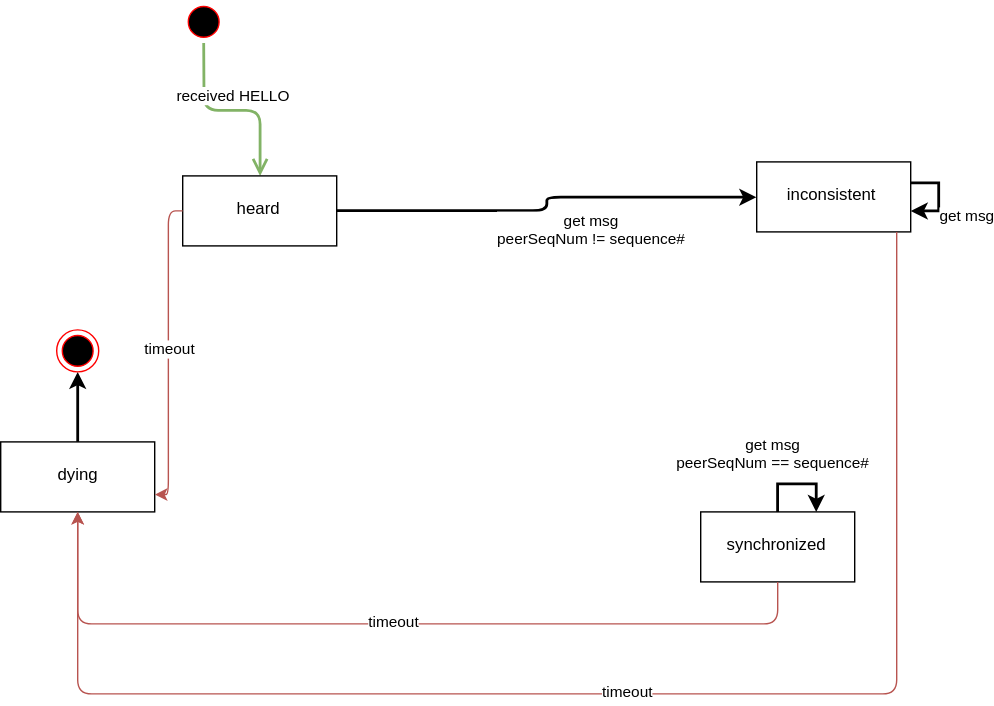
Earlier version of the draw.io export State Peer.svg (Arpafaucon/INF-peerdiscovery). Source tidied: cells renumbered, new cells last; positions are measured from the earlier drawing's top-left corner, leaving out a move shared by most shapes. Its diagram source:
```xml
<mxGraphModel background="#ffffff">
  <root>
    <mxCell id="0" />
    <mxCell id="1" parent="0" />
    <mxCell id="2" style="ellipse;html=1;shape=startState;fillColor=#000000;strokeColor=#ff0000;" parent="1" vertex="1">
      <mxGeometry x="130" width="30" height="30" as="geometry" />
    </mxCell>
    <mxCell id="3" value="received HELLO" style="edgeStyle=orthogonalEdgeStyle;html=1;verticalAlign=bottom;endArrow=open;endSize=8;strokeColor=#82b366;fillColor=#d5e8d4;strokeWidth=2;" parent="1" edge="1" source="2" target="4">
      <mxGeometry relative="1" as="geometry">
        <Array as="points">
          <mxPoint x="145" y="78" />
        </Array>
      </mxGeometry>
    </mxCell>
    <mxCell id="4" value="heard" style="html=1;" parent="1" vertex="1">
      <mxGeometry x="130" y="125" width="110" height="50" as="geometry" />
    </mxCell>
    <mxCell id="5" value="inconsistent" style="html=1;" parent="1" vertex="1">
      <mxGeometry x="540" y="115" width="110" height="50" as="geometry" />
    </mxCell>
    <mxCell id="6" value="synchronized" style="html=1;" parent="1" vertex="1">
      <mxGeometry x="500" y="365" width="110" height="50" as="geometry" />
    </mxCell>
    <mxCell id="7" style="edgeStyle=orthogonalEdgeStyle;rounded=0;html=1;jettySize=auto;strokeWidth=2;" parent="1" edge="1" source="8" target="15">
      <mxGeometry relative="1" as="geometry" />
    </mxCell>
    <mxCell id="8" value="dying" style="html=1;" parent="1" vertex="1">
      <mxGeometry y="315" width="110" height="50" as="geometry" />
    </mxCell>
    <mxCell id="9" value="timeout" style="edgeStyle=elbowEdgeStyle;elbow=horizontal;endArrow=classic;html=1;entryX=1;entryY=0.75;fillColor=#f8cecc;strokeColor=#b85450;" parent="1" edge="1" source="4" target="8">
      <mxGeometry relative="1" as="geometry" />
    </mxCell>
    <mxCell id="10" value="get msg&lt;br&gt;peerSeqNum != sequence#" style="edgeStyle=elbowEdgeStyle;elbow=horizontal;endArrow=classic;html=1;exitX=1;exitY=0.5;entryX=0;entryY=0.5;strokeWidth=2;" parent="1" edge="1" source="4" target="5">
      <mxGeometry x="0.23" y="-25" relative="1" as="geometry" />
    </mxCell>
    <mxCell id="11" value="timeout" style="edgeStyle=elbowEdgeStyle;elbow=horizontal;endArrow=classic;html=1;fillColor=#f8cecc;strokeColor=#b85450;" parent="1" edge="1" source="6" target="8">
      <mxGeometry relative="1" as="geometry">
        <Array as="points">
          <mxPoint x="320" y="445" />
        </Array>
      </mxGeometry>
    </mxCell>
    <mxCell id="12" value="timeout" style="edgeStyle=elbowEdgeStyle;elbow=horizontal;endArrow=classic;html=1;fillColor=#f8cecc;strokeColor=#b85450;" parent="1" edge="1" source="5" target="8">
      <mxGeometry relative="1" as="geometry">
        <Array as="points">
          <mxPoint x="640" y="495" />
          <mxPoint x="595" y="495" />
          <mxPoint x="570" y="465" />
          <mxPoint x="700" y="505" />
        </Array>
      </mxGeometry>
    </mxCell>
    <mxCell id="13" value="get msg&lt;br&gt;peerSeqNum == sequence#" style="edgeStyle=orthogonalEdgeStyle;rounded=0;html=1;jettySize=auto;orthogonalLoop=1;entryX=0.75;entryY=0;strokeWidth=2;" parent="1" edge="1" source="6" target="6">
      <mxGeometry x="-0.41" y="21" relative="1" as="geometry">
        <Array as="points">
          <mxPoint x="555" y="345" />
          <mxPoint x="583" y="345" />
        </Array>
        <mxPoint x="-5" y="1" as="offset" />
      </mxGeometry>
    </mxCell>
    <mxCell id="14" value="get msg" style="edgeStyle=orthogonalEdgeStyle;rounded=0;html=1;jettySize=auto;orthogonalLoop=1;strokeWidth=2;" parent="1" edge="1" source="5" target="5">
      <mxGeometry x="0.33" y="21" relative="1" as="geometry">
        <mxPoint x="20" y="-16" as="offset" />
      </mxGeometry>
    </mxCell>
    <mxCell id="15" style="ellipse;html=1;shape=endState;fillColor=#000000;strokeColor=#ff0000;" parent="1" vertex="1">
      <mxGeometry x="40" y="235" width="30" height="30" as="geometry" />
    </mxCell>
  </root>
</mxGraphModel>
```
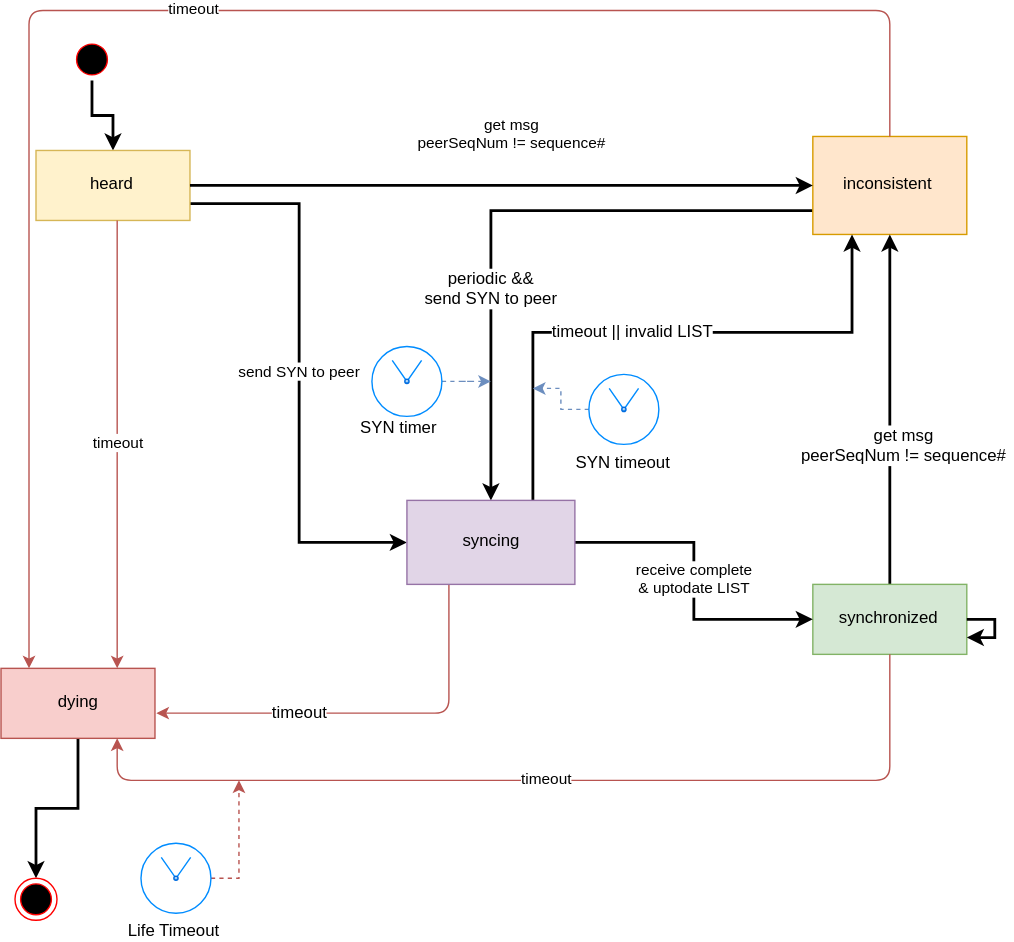
The same file after the commit.

The edit, as a diff of the source:
```diff
@@ -2,38 +2,60 @@
   <root>
     <mxCell id="0" />
     <mxCell id="1" parent="0" />
+    <mxCell id="3" style="edgeStyle=orthogonalEdgeStyle;rounded=0;html=1;entryX=0.5;entryY=0;jettySize=auto;strokeWidth=2;" parent="1" edge="1" source="2" target="4">
+      <mxGeometry relative="1" as="geometry" />
+    </mxCell>
     <mxCell id="2" style="ellipse;html=1;shape=startState;fillColor=#000000;strokeColor=#ff0000;" parent="1" vertex="1">
-      <mxGeometry x="130" width="30" height="30" as="geometry" />
+      <mxGeometry x="40" y="-85" width="30" height="30" as="geometry" />
     </mxCell>
-    <mxCell id="3" value="received HELLO" style="edgeStyle=orthogonalEdgeStyle;html=1;verticalAlign=bottom;endArrow=open;endSize=8;strokeColor=#82b366;fillColor=#d5e8d4;strokeWidth=2;" parent="1" edge="1" source="2" target="4">
-      <mxGeometry relative="1" as="geometry">
-        <Array as="points">
-          <mxPoint x="145" y="78" />
-        </Array>
-      </mxGeometry>
-    </mxCell>
+    <mxCell id="16" value="send SYN to peer" style="edgeStyle=orthogonalEdgeStyle;rounded=0;html=1;entryX=0;entryY=0.5;jettySize=auto;strokeWidth=2;exitX=1;exitY=0.75;" parent="1" edge="1" source="4" target="26">
+      <mxGeometry relative="1" as="geometry">
+        <Array as="points">
+          <mxPoint x="203" y="33" />
+          <mxPoint x="203" y="275" />
+        </Array>
+      </mxGeometry>
+    </mxCell>
-    <mxCell id="4" value="heard" style="html=1;" parent="1" vertex="1">
-      <mxGeometry x="130" y="125" width="110" height="50" as="geometry" />
+    <mxCell id="4" value="heard" style="html=1;fillColor=#fff2cc;strokeColor=#d6b656;" parent="1" vertex="1">
+      <mxGeometry x="15" y="-5" width="110" height="50" as="geometry" />
     </mxCell>
+    <mxCell id="17" style="edgeStyle=orthogonalEdgeStyle;rounded=0;html=1;jettySize=auto;strokeWidth=2;exitX=0;exitY=0.75;" parent="1" edge="1" source="5" target="26">
+      <mxGeometry relative="1" as="geometry">
+        <Array as="points">
+          <mxPoint x="340" y="38" />
+        </Array>
+      </mxGeometry>
+    </mxCell>
+    <mxCell id="18" value="periodic &amp;amp;&amp;amp;&lt;br&gt;send SYN to peer" style="text;html=1;align=center;verticalAlign=middle;labelBackgroundColor=#ffffff;" parent="17" vertex="1">
+      <mxGeometry x="0.22" y="36" relative="1" as="geometry">
+        <mxPoint x="-36" y="21" as="offset" />
+      </mxGeometry>
+    </mxCell>
-    <mxCell id="5" value="inconsistent" style="html=1;" parent="1" vertex="1">
-      <mxGeometry x="540" y="115" width="110" height="50" as="geometry" />
+    <mxCell id="5" value="inconsistent" style="html=1;fillColor=#ffe6cc;strokeColor=#d79b00;" parent="1" vertex="1">
+      <mxGeometry x="570" y="-15" width="110" height="70" as="geometry" />
     </mxCell>
+    <mxCell id="19" style="edgeStyle=orthogonalEdgeStyle;rounded=0;html=1;jettySize=auto;strokeWidth=2;" parent="1" edge="1" source="6" target="5">
+      <mxGeometry relative="1" as="geometry" />
+    </mxCell>
+    <mxCell id="20" value="get msg&lt;br&gt;peerSeqNum != sequence#" style="text;html=1;align=center;verticalAlign=middle;labelBackgroundColor=#ffffff;" parent="19" vertex="1">
+      <mxGeometry x="-0.22" y="-12" relative="1" as="geometry" />
+    </mxCell>
-    <mxCell id="6" value="synchronized" style="html=1;" parent="1" vertex="1">
-      <mxGeometry x="500" y="365" width="110" height="50" as="geometry" />
+    <mxCell id="6" value="synchronized" style="html=1;fillColor=#d5e8d4;strokeColor=#82b366;" parent="1" vertex="1">
+      <mxGeometry x="570" y="305" width="110" height="50" as="geometry" />
     </mxCell>
     <mxCell id="7" style="edgeStyle=orthogonalEdgeStyle;rounded=0;html=1;jettySize=auto;strokeWidth=2;" parent="1" edge="1" source="8" target="15">
       <mxGeometry relative="1" as="geometry" />
     </mxCell>
-    <mxCell id="8" value="dying" style="html=1;" parent="1" vertex="1">
-      <mxGeometry y="315" width="110" height="50" as="geometry" />
+    <mxCell id="8" value="dying" style="html=1;fillColor=#f8cecc;strokeColor=#b85450;" parent="1" vertex="1">
+      <mxGeometry x="-10" y="365" width="110" height="50" as="geometry" />
     </mxCell>
-    <mxCell id="9" value="timeout" style="edgeStyle=elbowEdgeStyle;elbow=horizontal;endArrow=classic;html=1;entryX=1;entryY=0.75;fillColor=#f8cecc;strokeColor=#b85450;" parent="1" edge="1" source="4" target="8">
+    <mxCell id="9" value="timeout" style="edgeStyle=elbowEdgeStyle;elbow=horizontal;endArrow=classic;html=1;entryX=0.75;entryY=0;fillColor=#f8cecc;strokeColor=#b85450;" parent="1" edge="1" source="4" target="8">
       <mxGeometry relative="1" as="geometry" />
     </mxCell>
     <mxCell id="10" value="get msg&lt;br&gt;peerSeqNum != sequence#" style="edgeStyle=elbowEdgeStyle;elbow=horizontal;endArrow=classic;html=1;exitX=1;exitY=0.5;entryX=0;entryY=0.5;strokeWidth=2;" parent="1" edge="1" source="4" target="5">
-      <mxGeometry x="0.23" y="-25" relative="1" as="geometry" />
+      <mxGeometry x="0.02" y="35" relative="1" as="geometry" />
     </mxCell>
-    <mxCell id="11" value="timeout" style="edgeStyle=elbowEdgeStyle;elbow=horizontal;endArrow=classic;html=1;fillColor=#f8cecc;strokeColor=#b85450;" parent="1" edge="1" source="6" target="8">
+    <mxCell id="11" value="timeout" style="edgeStyle=elbowEdgeStyle;elbow=horizontal;endArrow=classic;html=1;fillColor=#f8cecc;strokeColor=#b85450;entryX=0.75;entryY=1;" parent="1" edge="1" source="6" target="8">
       <mxGeometry relative="1" as="geometry">
         <Array as="points">
           <mxPoint x="320" y="445" />
@@ -43,29 +65,81 @@
     <mxCell id="12" value="timeout" style="edgeStyle=elbowEdgeStyle;elbow=horizontal;endArrow=classic;html=1;fillColor=#f8cecc;strokeColor=#b85450;" parent="1" edge="1" source="5" target="8">
       <mxGeometry relative="1" as="geometry">
         <Array as="points">
+          <mxPoint x="10" y="-105" />
+          <mxPoint x="820" y="495" />
+          <mxPoint x="810" y="435" />
+          <mxPoint x="660" y="535" />
+          <mxPoint x="710" y="485" />
           <mxPoint x="640" y="495" />
+          <mxPoint x="450" y="395" />
           <mxPoint x="595" y="495" />
           <mxPoint x="570" y="465" />
           <mxPoint x="700" y="505" />
         </Array>
       </mxGeometry>
     </mxCell>
+    <mxCell id="15" style="ellipse;html=1;shape=endState;fillColor=#000000;strokeColor=#ff0000;" parent="1" vertex="1">
+      <mxGeometry y="515" width="30" height="30" as="geometry" />
+    </mxCell>
+    <mxCell id="21" value="receive complete &lt;br&gt;&amp;amp; uptodate LIST" style="edgeStyle=orthogonalEdgeStyle;rounded=0;html=1;entryX=0;entryY=0.5;jettySize=auto;strokeWidth=2;" parent="1" edge="1" source="26" target="6">
+      <mxGeometry relative="1" as="geometry" />
+    </mxCell>
+    <mxCell id="22" style="edgeStyle=orthogonalEdgeStyle;rounded=1;html=1;exitX=0.25;exitY=1;entryX=1.009;entryY=0.64;entryPerimeter=0;jettySize=auto;strokeWidth=1;fillColor=#f8cecc;strokeColor=#b85450;" parent="1" edge="1" source="26" target="8">
+      <mxGeometry relative="1" as="geometry" />
+    </mxCell>
+    <mxCell id="23" value="timeout" style="text;html=1;align=center;verticalAlign=middle;labelBackgroundColor=#ffffff;" parent="22" vertex="1">
+      <mxGeometry x="0.32" relative="1" as="geometry" />
+    </mxCell>
+    <mxCell id="24" style="edgeStyle=orthogonalEdgeStyle;rounded=0;html=1;entryX=0.25;entryY=1;jettySize=auto;strokeWidth=2;exitX=0.75;exitY=0;" parent="1" edge="1" source="26" target="5">
+      <mxGeometry relative="1" as="geometry">
+        <Array as="points">
+          <mxPoint x="370" y="125" />
+          <mxPoint x="598" y="125" />
+        </Array>
+      </mxGeometry>
+    </mxCell>
+    <mxCell id="25" value="timeout || invalid LIST" style="text;html=1;align=center;verticalAlign=middle;labelBackgroundColor=#ffffff;" parent="24" vertex="1">
+      <mxGeometry x="-0.43" y="-71" relative="1" as="geometry">
+        <mxPoint x="71" y="-71" as="offset" />
+      </mxGeometry>
+    </mxCell>
+    <mxCell id="26" value="syncing" style="rounded=0;whiteSpace=wrap;html=1;fillColor=#e1d5e7;strokeColor=#9673a6;" parent="1" vertex="1">
+      <mxGeometry x="280" y="245" width="120" height="60" as="geometry" />
+    </mxCell>
-    <mxCell id="13" value="get msg&lt;br&gt;peerSeqNum == sequence#" style="edgeStyle=orthogonalEdgeStyle;rounded=0;html=1;jettySize=auto;orthogonalLoop=1;entryX=0.75;entryY=0;strokeWidth=2;" parent="1" edge="1" source="6" target="6">
-      <mxGeometry x="-0.41" y="21" relative="1" as="geometry">
+    <mxCell id="13" style="edgeStyle=orthogonalEdgeStyle;rounded=0;html=1;entryX=1;entryY=0.75;jettySize=auto;orthogonalLoop=1;strokeWidth=2;exitX=1;exitY=0.5;" parent="1" edge="1" source="6" target="6">
+      <mxGeometry relative="1" as="geometry">
         <Array as="points">
-          <mxPoint x="555" y="345" />
-          <mxPoint x="583" y="345" />
+          <mxPoint x="700" y="330" />
+          <mxPoint x="700" y="343" />
         </Array>
-        <mxPoint x="-5" y="1" as="offset" />
       </mxGeometry>
     </mxCell>
-    <mxCell id="14" value="get msg" style="edgeStyle=orthogonalEdgeStyle;rounded=0;html=1;jettySize=auto;orthogonalLoop=1;strokeWidth=2;" parent="1" edge="1" source="5" target="5">
-      <mxGeometry x="0.33" y="21" relative="1" as="geometry">
-        <mxPoint x="20" y="-16" as="offset" />
-      </mxGeometry>
-    </mxCell>
-    <mxCell id="15" style="ellipse;html=1;shape=endState;fillColor=#000000;strokeColor=#ff0000;" parent="1" vertex="1">
-      <mxGeometry x="40" y="235" width="30" height="30" as="geometry" />
-    </mxCell>
+    <mxCell id="27" style="edgeStyle=orthogonalEdgeStyle;rounded=0;html=1;jettySize=auto;strokeWidth=1;fillColor=#f8cecc;strokeColor=#b85450;dashed=1;" parent="1" edge="1" source="28">
+      <mxGeometry relative="1" as="geometry">
+        <mxPoint x="160" y="445" as="targetPoint" />
+      </mxGeometry>
+    </mxCell>
+    <mxCell id="28" value="Life Timeout" style="verticalLabelPosition=bottom;verticalAlign=top;html=1;shadow=0;dashed=0;strokeWidth=1;shape=mxgraph.ios.iDir;fillColor=#f8cecc;strokeColor=#b85450;" parent="1" vertex="1">
+      <mxGeometry x="90" y="490" width="50" height="50" as="geometry" />
+    </mxCell>
+    <mxCell id="29" style="edgeStyle=orthogonalEdgeStyle;rounded=0;html=1;jettySize=auto;strokeWidth=1;fillColor=#dae8fc;strokeColor=#6c8ebf;dashed=1;" parent="1" edge="1" source="30">
+      <mxGeometry relative="1" as="geometry">
+        <mxPoint x="340" y="160" as="targetPoint" />
+      </mxGeometry>
+    </mxCell>
+    <mxCell id="30" style="verticalLabelPosition=bottom;verticalAlign=top;html=1;shadow=0;dashed=0;strokeWidth=1;shape=mxgraph.ios.iDir;" parent="1" vertex="1">
+      <mxGeometry x="255" y="135" width="50" height="50" as="geometry" />
+    </mxCell>
+    <mxCell id="31" value="SYN timer" style="text;html=1;align=left;verticalAlign=top;spacingTop=-4;" parent="1" vertex="1">
+      <mxGeometry x="245" y="185" width="70" height="20" as="geometry" />
+    </mxCell>
+    <mxCell id="32" style="edgeStyle=orthogonalEdgeStyle;rounded=0;html=1;jettySize=auto;strokeWidth=1;fillColor=#dae8fc;strokeColor=#6c8ebf;dashed=1;" parent="1" edge="1" source="33">
+      <mxGeometry relative="1" as="geometry">
+        <mxPoint x="370" y="165" as="targetPoint" />
+      </mxGeometry>
+    </mxCell>
+    <mxCell id="33" value="SYN timeout" style="verticalLabelPosition=bottom;verticalAlign=top;html=1;shadow=0;dashed=0;strokeWidth=1;shape=mxgraph.ios.iDir;" parent="1" vertex="1">
+      <mxGeometry x="410" y="155" width="50" height="50" as="geometry" />
+    </mxCell>
   </root>
 </mxGraphModel>
```
